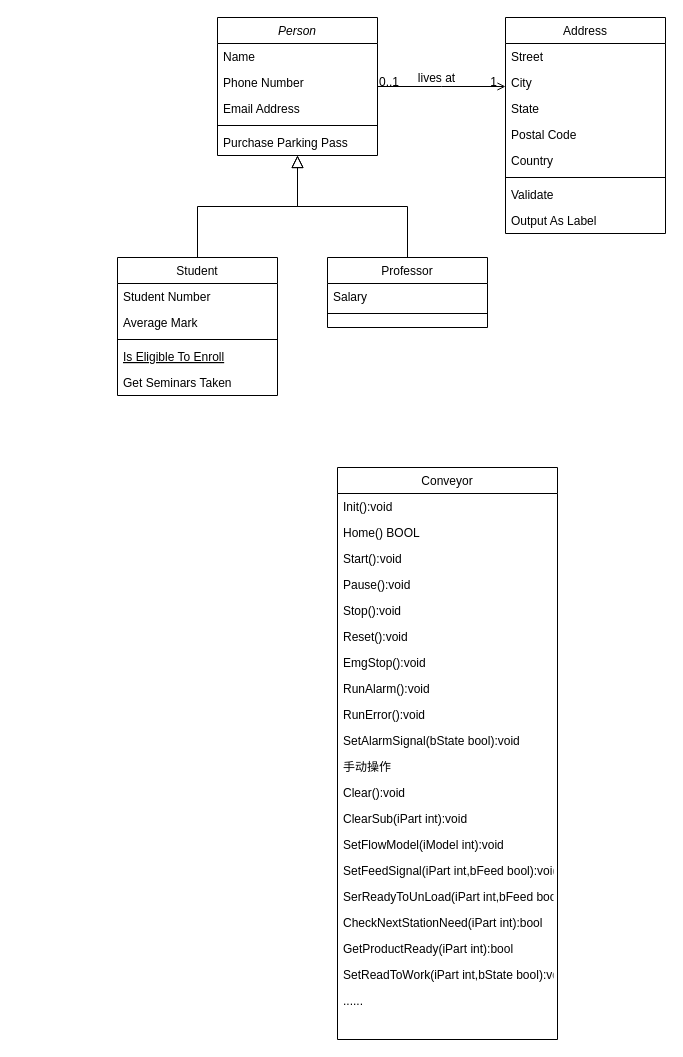
Zan1019/Mydiagrans keeps this draw.io diagram as Untitled Diagram.drawio. Above is the earlier version. Source tidied: cells renumbered, new cells numbered last; positions are measured from the earlier drawing's top-left corner, leaving out a move shared by most shapes. Both pictures are drawn from the tidied source at 100%, with x=0, y=0 at pixel (117, 17).
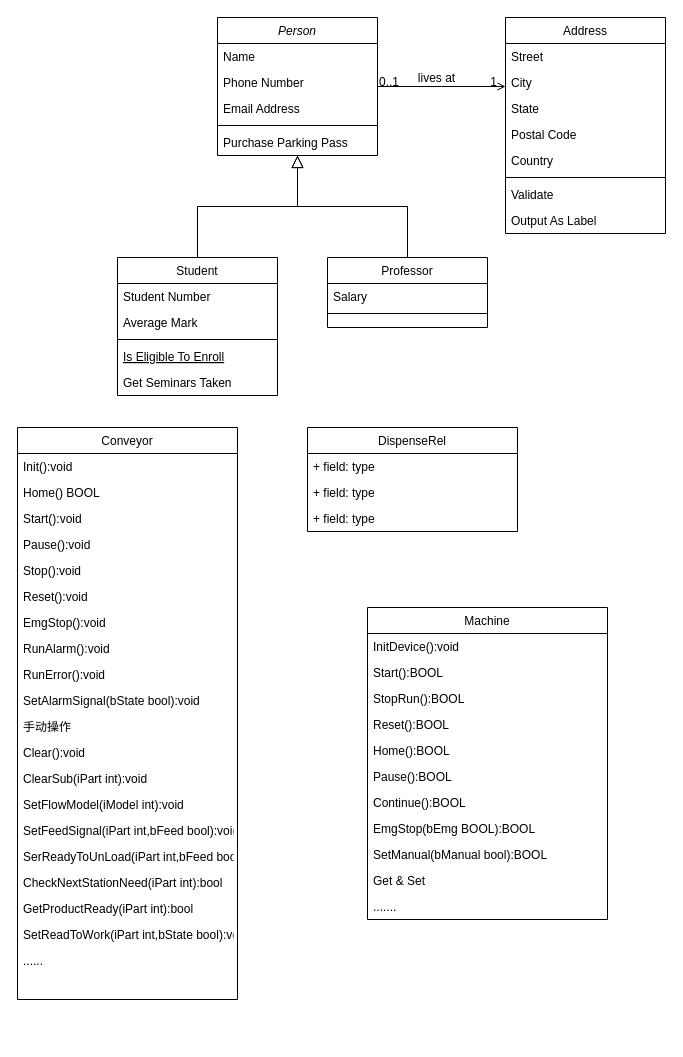
Above is the later version.

What changed in the source:
```diff
@@
     <mxCell id="32" value="Conveyor" style="swimlane;fontStyle=0;horizontal=1;startSize=26;fillColor=none;" parent="1" vertex="1">
-      <mxGeometry x="220" y="450" width="220" height="572" as="geometry" />
+      <mxGeometry x="-100" y="410" width="220" height="572" as="geometry" />
     </mxCell>
@@
+    <mxCell id="54" value="DispenseRel" style="swimlane;fontStyle=0;horizontal=1;startSize=26;fillColor=none;" parent="1" vertex="1">
+      <mxGeometry x="190" y="410" width="210" height="104" as="geometry" />
+    </mxCell>
+    <mxCell id="55" value="+ field: type" style="text;strokeColor=none;fillColor=none;align=left;verticalAlign=top;spacingLeft=4;spacingRight=4;overflow=hidden;" parent="54" vertex="1">
+      <mxGeometry y="26" width="210" height="26" as="geometry" />
+    </mxCell>
+    <mxCell id="56" value="+ field: type" style="text;strokeColor=none;fillColor=none;align=left;verticalAlign=top;spacingLeft=4;spacingRight=4;overflow=hidden;" parent="54" vertex="1">
+      <mxGeometry y="52" width="210" height="26" as="geometry" />
+    </mxCell>
+    <mxCell id="57" value="+ field: type" style="text;strokeColor=none;fillColor=none;align=left;verticalAlign=top;spacingLeft=4;spacingRight=4;overflow=hidden;" parent="54" vertex="1">
+      <mxGeometry y="78" width="210" height="26" as="geometry" />
+    </mxCell>
+    <mxCell id="58" value="Machine" style="swimlane;fontStyle=0;horizontal=1;startSize=26;fillColor=none;" parent="1" vertex="1">
+      <mxGeometry x="250" y="590" width="240" height="312" as="geometry" />
+    </mxCell>
+    <mxCell id="59" value="InitDevice():void" style="text;strokeColor=none;fillColor=none;align=left;verticalAlign=top;spacingLeft=4;spacingRight=4;overflow=hidden;" parent="58" vertex="1">
+      <mxGeometry y="26" width="240" height="26" as="geometry" />
+    </mxCell>
+    <mxCell id="60" value="Start():BOOL" style="text;strokeColor=none;fillColor=none;align=left;verticalAlign=top;spacingLeft=4;spacingRight=4;overflow=hidden;" parent="58" vertex="1">
+      <mxGeometry y="52" width="240" height="26" as="geometry" />
+    </mxCell>
+    <mxCell id="61" value="StopRun():BOOL" style="text;strokeColor=none;fillColor=none;align=left;verticalAlign=top;spacingLeft=4;spacingRight=4;overflow=hidden;" parent="58" vertex="1">
+      <mxGeometry y="78" width="240" height="26" as="geometry" />
+    </mxCell>
+    <mxCell id="62" value="Reset():BOOL" style="text;strokeColor=none;fillColor=none;align=left;verticalAlign=top;spacingLeft=4;spacingRight=4;overflow=hidden;" parent="58" vertex="1">
+      <mxGeometry y="104" width="240" height="26" as="geometry" />
+    </mxCell>
+    <mxCell id="63" value="Home():BOOL" style="text;strokeColor=none;fillColor=none;align=left;verticalAlign=top;spacingLeft=4;spacingRight=4;overflow=hidden;" parent="58" vertex="1">
+      <mxGeometry y="130" width="240" height="26" as="geometry" />
+    </mxCell>
+    <mxCell id="64" value="Pause():BOOL" style="text;strokeColor=none;fillColor=none;align=left;verticalAlign=top;spacingLeft=4;spacingRight=4;overflow=hidden;" parent="58" vertex="1">
+      <mxGeometry y="156" width="240" height="26" as="geometry" />
+    </mxCell>
+    <mxCell id="65" value="Continue():BOOL" style="text;strokeColor=none;fillColor=none;align=left;verticalAlign=top;spacingLeft=4;spacingRight=4;overflow=hidden;" parent="58" vertex="1">
+      <mxGeometry y="182" width="240" height="26" as="geometry" />
+    </mxCell>
+    <mxCell id="66" value="EmgStop(bEmg BOOL):BOOL" style="text;strokeColor=none;fillColor=none;align=left;verticalAlign=top;spacingLeft=4;spacingRight=4;overflow=hidden;" parent="58" vertex="1">
+      <mxGeometry y="208" width="240" height="26" as="geometry" />
+    </mxCell>
+    <mxCell id="67" value="SetManual(bManual bool):BOOL" style="text;strokeColor=none;fillColor=none;align=left;verticalAlign=top;spacingLeft=4;spacingRight=4;overflow=hidden;" parent="58" vertex="1">
+      <mxGeometry y="234" width="240" height="26" as="geometry" />
+    </mxCell>
+    <mxCell id="68" value="Get &amp; Set" style="text;strokeColor=none;fillColor=none;align=left;verticalAlign=top;spacingLeft=4;spacingRight=4;overflow=hidden;" parent="58" vertex="1">
+      <mxGeometry y="260" width="240" height="26" as="geometry" />
+    </mxCell>
+    <mxCell id="69" value="......." style="text;strokeColor=none;fillColor=none;align=left;verticalAlign=top;spacingLeft=4;spacingRight=4;overflow=hidden;" parent="58" vertex="1">
+      <mxGeometry y="286" width="240" height="26" as="geometry" />
+    </mxCell>
```
